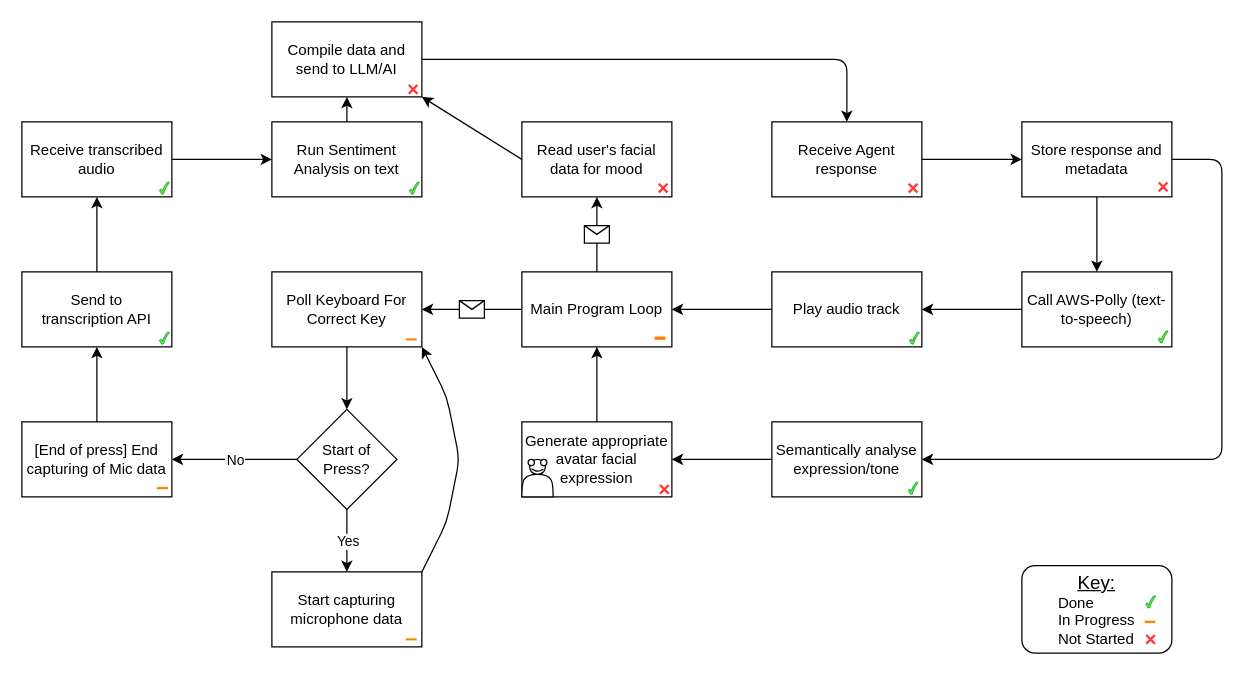
This is diagram.drawio from UP929312/Serenity, a draw.io file, before an edit. Source tidied: cells renumbered, new cells numbered last; positions are measured from the earlier drawing's top-left corner, leaving out a move shared by most shapes. Both pictures are drawn from the tidied source at 125%, with x=0, y=0 at pixel (21, 21).
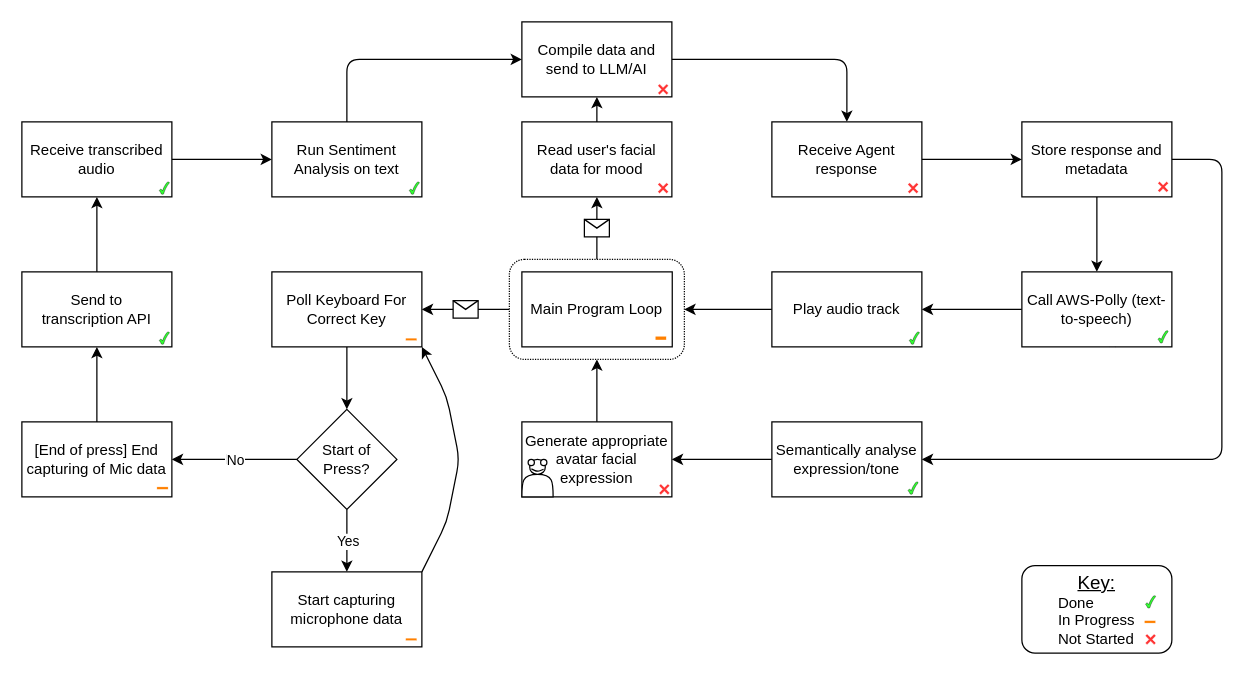
After the change.

Commit message:
Improved Diagram more

The change refers to these unchanged cells:
```xml
<mxCell id="3" value="Poll Keyboard For&lt;br&gt;Correct Key" style="rounded=0;whiteSpace=wrap;html=1;" parent="1" vertex="1">
  <mxGeometry x="200" y="200" width="120" height="60" as="geometry" />
</mxCell>
<mxCell id="32" value="Play audio track" style="rounded=0;whiteSpace=wrap;html=1;" parent="1" vertex="1">
  <mxGeometry x="600" y="200" width="120" height="60" as="geometry" />
</mxCell>
<mxCell id="33" value="Generate appropriate avatar facial expression" style="rounded=0;whiteSpace=wrap;html=1;" parent="1" vertex="1">
  <mxGeometry x="400" y="320" width="120" height="60" as="geometry" />
</mxCell>
<mxCell id="61" value="Read user's facial data for mood" style="rounded=0;whiteSpace=wrap;html=1;" parent="60" vertex="1">
  <mxGeometry width="120" height="60" as="geometry" />
</mxCell>
<mxCell id="64" value="Compile data and send to LLM/AI" style="rounded=0;whiteSpace=wrap;html=1;" parent="63" vertex="1">
  <mxGeometry width="120" height="60" as="geometry" />
</mxCell>
<mxCell id="68" value="Run Sentiment Analysis on text" style="rounded=0;whiteSpace=wrap;html=1;" parent="67" vertex="1">
  <mxGeometry width="120" height="60" as="geometry" />
</mxCell>
```

Diff of the diagram source:
```diff
@@
-    <mxCell id="2" value="Main Program Loop" style="rounded=0;whiteSpace=wrap;html=1;" parent="1" vertex="1">
-      <mxGeometry x="400" y="200" width="120" height="60" as="geometry" />
-    </mxCell>
@@
-    <mxCell id="8" style="endArrow=classic;html=1;exitX=0;exitY=0.5;exitDx=0;exitDy=0;entryX=1;entryY=0.5;entryDx=0;entryDy=0;" parent="1" edge="1" source="2" target="3">
+    <mxCell id="8" style="endArrow=classic;html=1;exitX=0;exitY=0.5;exitDx=0;exitDy=0;entryX=1;entryY=0.5;entryDx=0;entryDy=0;" parent="1" edge="1" source="75" target="3">
       <mxGeometry relative="1" as="geometry" />
     </mxCell>
@@
-    <mxCell id="18" style="endArrow=classic;html=1;exitX=0.5;exitY=0;exitDx=0;exitDy=0;entryX=0.5;entryY=1;entryDx=0;entryDy=0;" parent="1" edge="1" source="2" target="61">
-      <mxGeometry relative="1" as="geometry" />
+    <mxCell id="18" style="endArrow=classic;html=1;entryX=0.5;entryY=1;entryDx=0;entryDy=0;" parent="1" edge="1" target="61">
+      <mxGeometry relative="1" as="geometry">
+        <mxPoint x="460" y="190" as="sourcePoint" />
+      </mxGeometry>
     </mxCell>
@@
-    <mxCell id="23" style="edgeStyle=none;html=1;entryX=1;entryY=0.5;entryDx=0;entryDy=0;exitX=0;exitY=0.5;exitDx=0;exitDy=0;" parent="1" edge="1" source="32" target="2">
-      <mxGeometry relative="1" as="geometry" />
+    <mxCell id="23" style="edgeStyle=none;html=1;exitX=0;exitY=0.5;exitDx=0;exitDy=0;" parent="1" edge="1" source="32">
+      <mxGeometry relative="1" as="geometry">
+        <mxPoint x="530" y="230" as="targetPoint" />
+      </mxGeometry>
     </mxCell>
@@
-    <mxCell id="27" style="edgeStyle=none;html=1;entryX=0.5;entryY=1;entryDx=0;entryDy=0;exitX=0.5;exitY=0;exitDx=0;exitDy=0;" parent="1" edge="1" source="33" target="2">
-      <mxGeometry relative="1" as="geometry" />
+    <mxCell id="27" style="edgeStyle=none;html=1;exitX=0.5;exitY=0;exitDx=0;exitDy=0;" parent="1" edge="1" source="33">
+      <mxGeometry relative="1" as="geometry">
+        <mxPoint x="460" y="270" as="targetPoint" />
+      </mxGeometry>
     </mxCell>
@@
-    <mxCell id="54" style="rounded=0;whiteSpace=wrap;html=1;strokeColor=#FFFFFF;strokeWidth=0.3;fillColor=#FF8000;" parent="1" vertex="1">
-      <mxGeometry x="506" y="251.5" width="9" height="3" as="geometry" />
-    </mxCell>
@@
     <mxCell id="63" style="group;" parent="1" vertex="1">
-      <mxGeometry x="200" width="120.1" height="61.1" as="geometry" />
+      <mxGeometry x="400" width="120.1" height="61.1" as="geometry" />
     </mxCell>
@@
-    <mxCell id="66" style="edgeStyle=none;html=1;exitX=0;exitY=0.5;exitDx=0;exitDy=0;entryX=1;entryY=1;entryDx=0;entryDy=0;" parent="1" edge="1" source="61" target="64">
+    <mxCell id="66" style="edgeStyle=none;html=1;exitX=0.5;exitY=0;exitDx=0;exitDy=0;entryX=0.5;entryY=1;entryDx=0;entryDy=0;" parent="1" edge="1" source="61" target="64">
       <mxGeometry relative="1" as="geometry" />
     </mxCell>
@@
-    <mxCell id="70" style="edgeStyle=none;html=1;exitX=0.5;exitY=0;exitDx=0;exitDy=0;entryX=0.5;entryY=1;entryDx=0;entryDy=0;" parent="1" edge="1" source="68" target="64">
-      <mxGeometry relative="1" as="geometry" />
+    <mxCell id="70" style="edgeStyle=none;html=1;exitX=0.5;exitY=0;exitDx=0;exitDy=0;entryX=0;entryY=0.5;entryDx=0;entryDy=0;" parent="1" edge="1" source="68" target="64">
+      <mxGeometry relative="1" as="geometry">
+        <Array as="points">
+          <mxPoint x="260" y="30" />
+        </Array>
+      </mxGeometry>
     </mxCell>
@@
+    <mxCell id="74" style="group;dashed=1;dashPattern=1 1;strokeColor=none;" parent="1" vertex="1">
+      <mxGeometry x="390" y="190" width="140" height="80" as="geometry" />
+    </mxCell>
+    <mxCell id="75" style="rounded=1;whiteSpace=wrap;html=1;shadow=0;glass=0;dashed=1;dashPattern=1 1;" parent="74" vertex="1">
+      <mxGeometry width="140" height="80" as="geometry" />
+    </mxCell>
+    <mxCell id="2" value="Main Program Loop" style="rounded=0;whiteSpace=wrap;html=1;" parent="74" vertex="1">
+      <mxGeometry x="10" y="10" width="120.3" height="60" as="geometry" />
+    </mxCell>
+    <mxCell id="54" style="rounded=0;whiteSpace=wrap;html=1;strokeColor=#FFFFFF;strokeWidth=0.3;fillColor=#FF8000;" parent="74" vertex="1">
+      <mxGeometry x="116.7" y="61.5" width="8.8" height="3" as="geometry" />
+    </mxCell>
```
